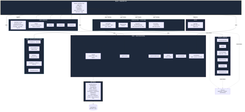
Earlier version of the Mermaid export frontend/docs/architecture.png (rchau73/crypto_management). Its source is kept beside it as frontend/docs/architecture.mmd.
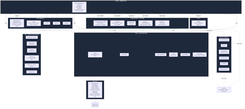
After the change.

What changed in the source:
```diff
@@ -16,6 +16,7 @@
     end
 
     subgraph TABS["components/tabs/ — one per page"]
+        TR["RebalanceTab (start page)\nSentimentPicker · BarcaBands · RoundSteps"]
         T0["HoldingsTab\n(View by position · asset · group · BARCA)"]
         T1["DashboardTab\n(History)"]
         T2["TargetsTab → PortfolioTargetsTab,\nBarcaTargetsTab (can edit)"]
@@ -44,6 +45,7 @@
         FMT["formatters.js · time.js"]
         MATH["allocationMath.js\n(BARCA band)"]
         HOLD["holdings.js\n(rows per view)"]
+        REB["rebalance.js\n(round planner, BARCA rules)"]
         NAVU["navigation.js · route.js · search.js"]
         BUCKET["historyBucketing.js"]
     end
@@ -62,6 +64,7 @@
     ROOT --> STATS
     ROOT --> STATUS
     ROOT --> EMPTY
+    ROOT -->|page = rebalance| TR
     ROOT -->|page = holdings| T0
     ROOT -->|page = history| T1
     ROOT -->|page = targets| T2
```
